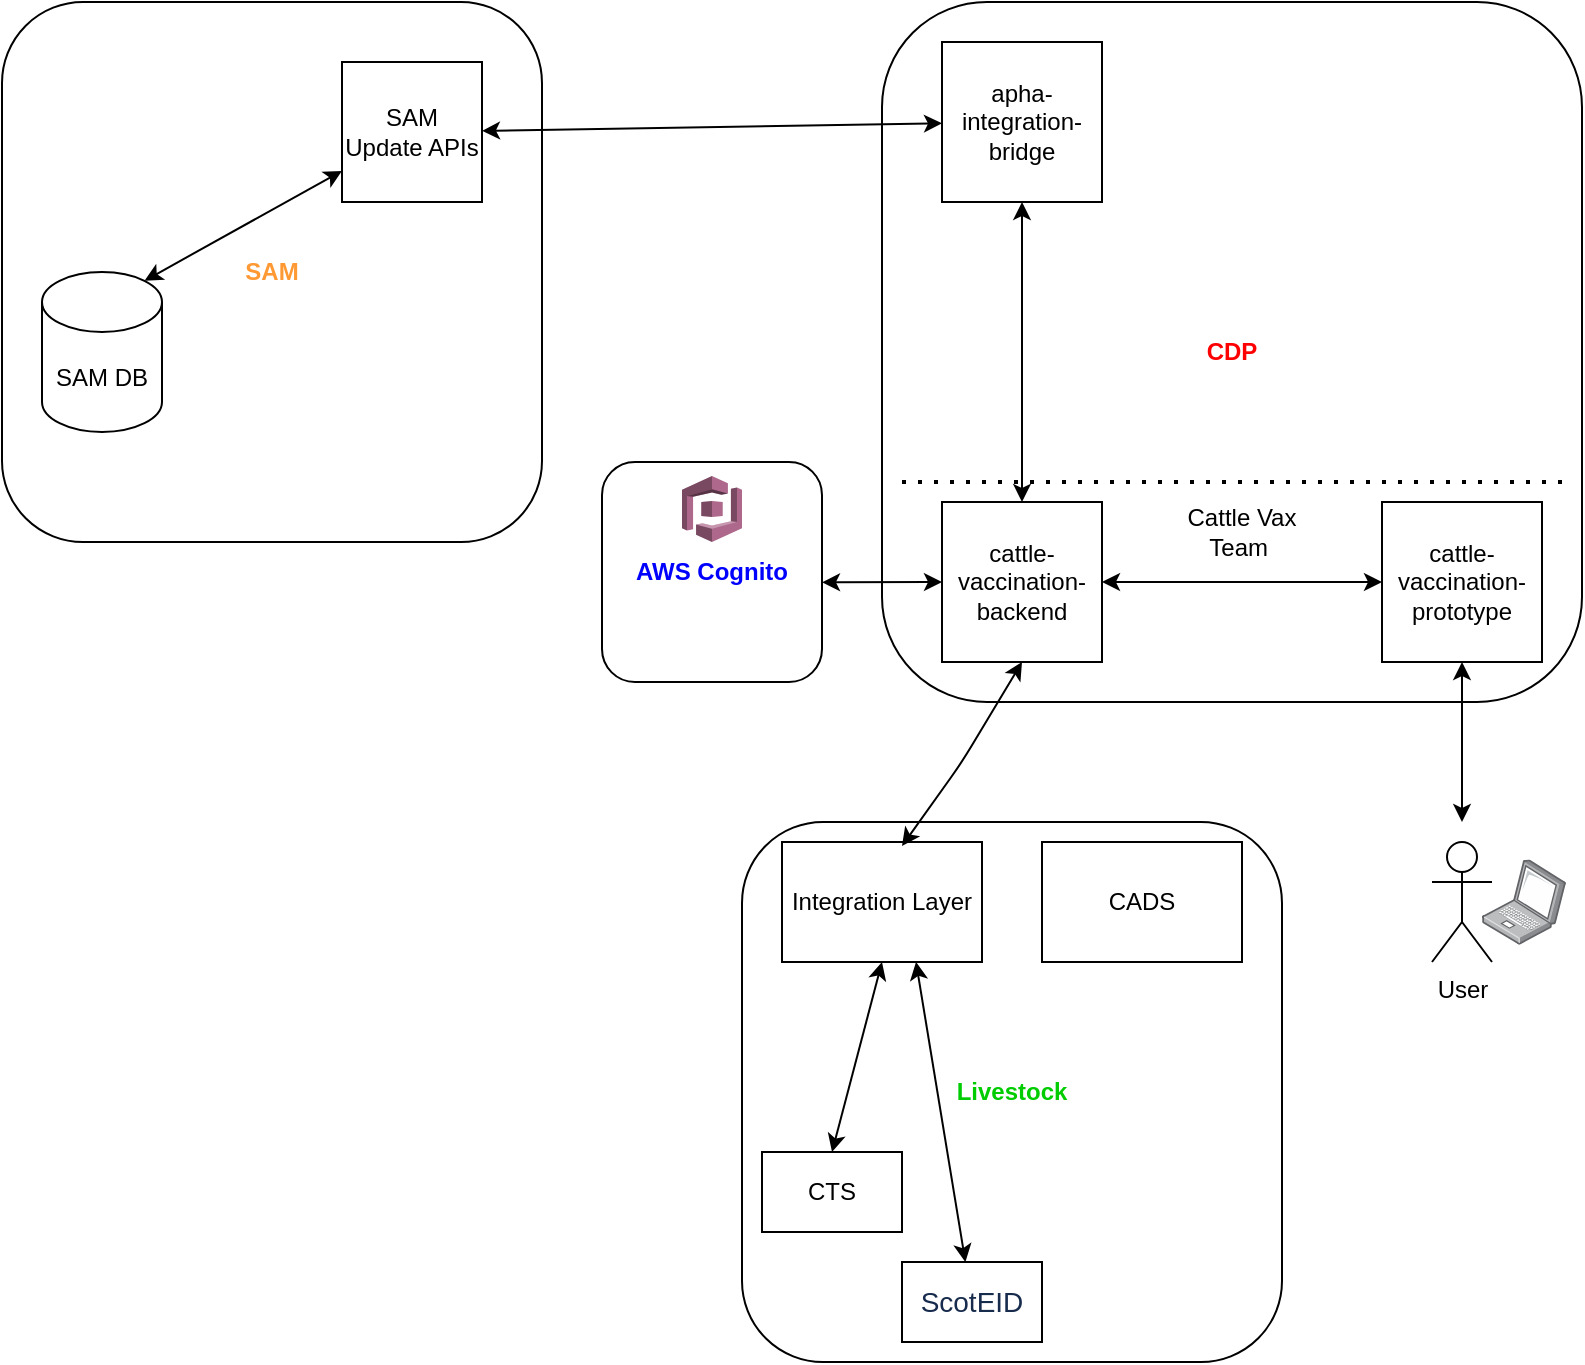
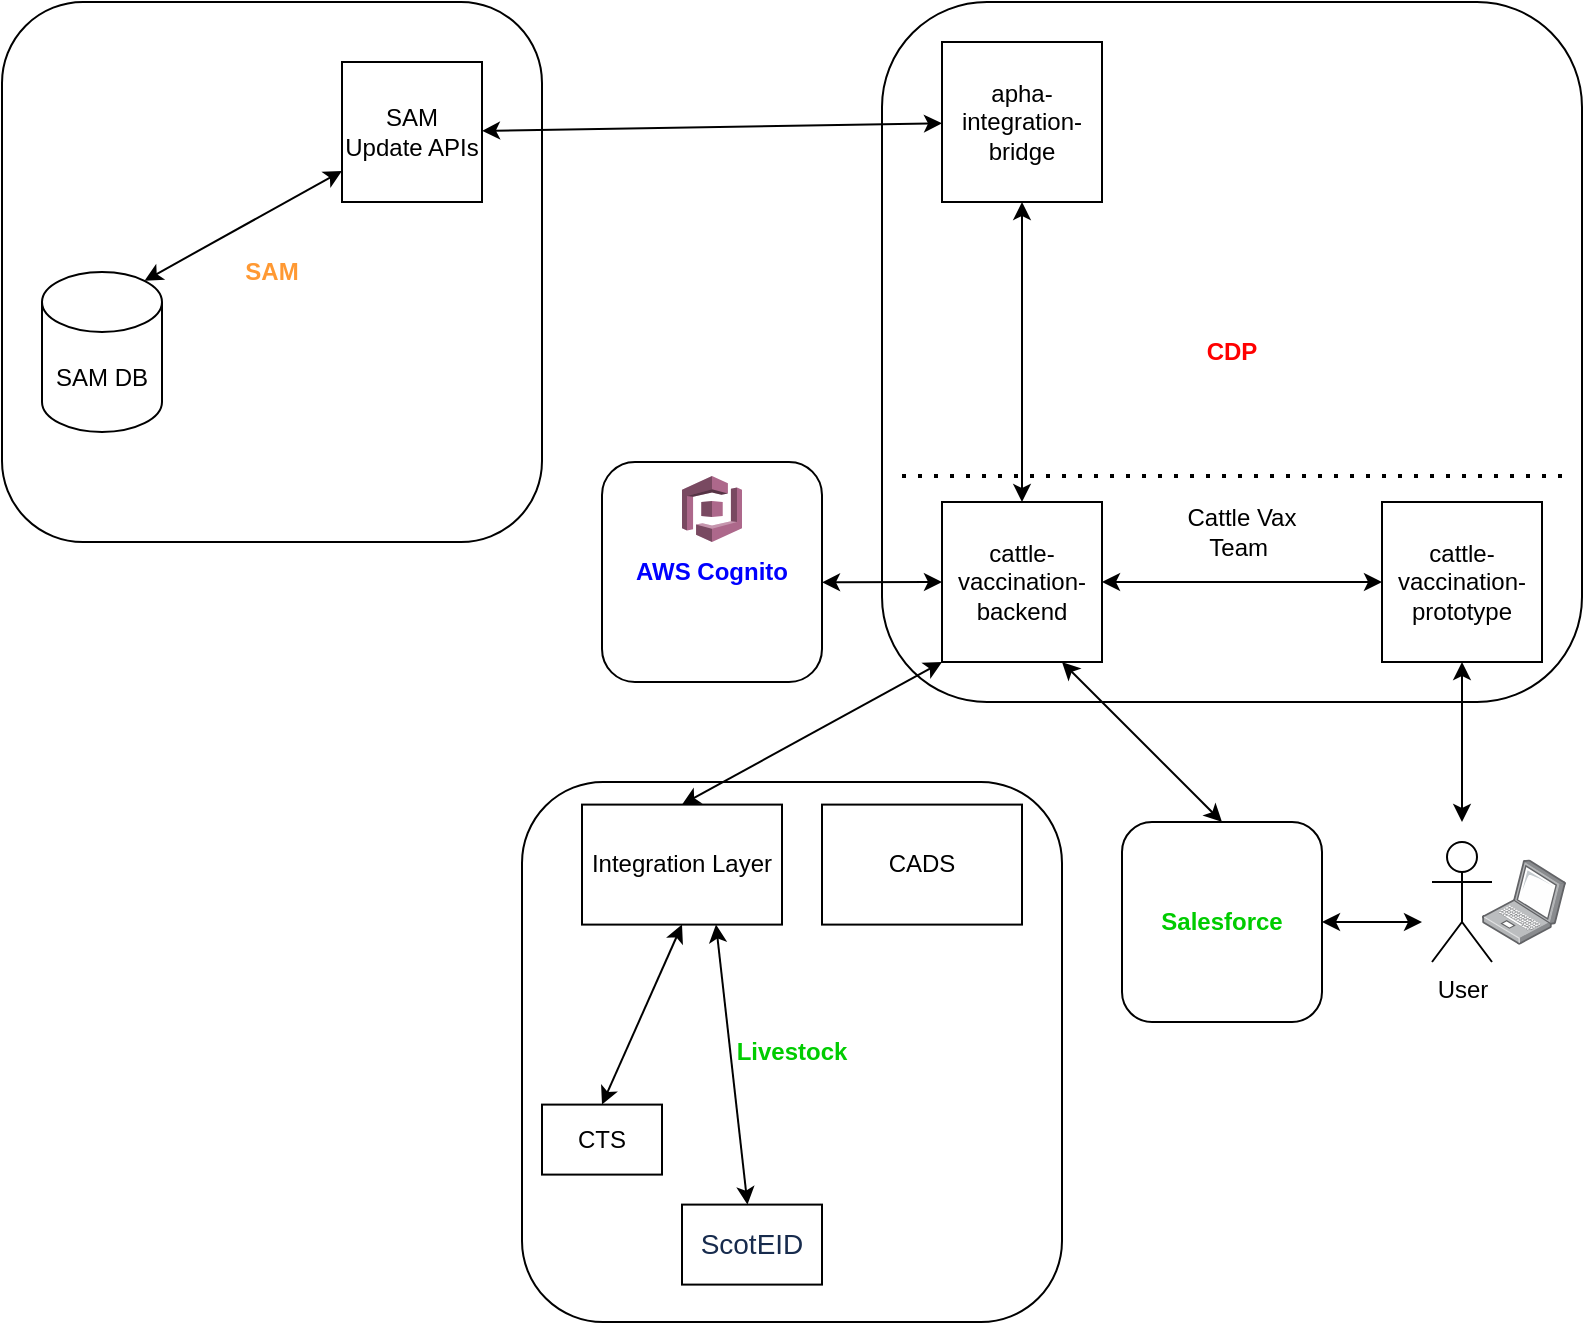
<mxfile host="65bd71144e">
    <diagram id="fZc_FPsgExG_ALeZbge-" name="Page-1">
-         <mxGraphModel dx="1010" dy="470" grid="1" gridSize="10" guides="1" tooltips="1" connect="1" arrows="1" fold="1" page="1" pageScale="1" pageWidth="827" pageHeight="1169" math="0" shadow="0">
+         <mxGraphModel dx="1214" dy="561" grid="1" gridSize="10" guides="1" tooltips="1" connect="1" arrows="1" fold="1" page="1" pageScale="1" pageWidth="827" pageHeight="1169" math="0" shadow="0">
            <root>
                <mxCell id="0"/>
                <mxCell id="1" parent="0"/>
                <mxCell id="3" value="&lt;b&gt;&lt;font style=&quot;color: rgb(255, 0, 0);&quot;&gt;CDP&lt;/font&gt;&lt;/b&gt;" style="whiteSpace=wrap;html=1;aspect=fixed;rounded=1;" parent="1" vertex="1">
                    <mxGeometry x="450" y="10" width="350" height="350" as="geometry"/>
                </mxCell>
                <mxCell id="2" value="cattle-vaccination-backend" style="whiteSpace=wrap;html=1;aspect=fixed;" parent="1" vertex="1">
                    <mxGeometry x="480" y="260" width="80" height="80" as="geometry"/>
                </mxCell>
                <mxCell id="4" value="apha-integration-bridge" style="whiteSpace=wrap;html=1;aspect=fixed;" parent="1" vertex="1">
                    <mxGeometry x="480" y="30" width="80" height="80" as="geometry"/>
                </mxCell>
                <mxCell id="7" value="&lt;b&gt;&lt;font style=&quot;color: rgb(0, 0, 255);&quot;&gt;AWS Cognito&lt;/font&gt;&lt;/b&gt;" style="whiteSpace=wrap;html=1;aspect=fixed;rounded=1;" parent="1" vertex="1">
                    <mxGeometry x="310" y="240" width="110" height="110" as="geometry"/>
                </mxCell>
                <mxCell id="5" value="" style="endArrow=classic;startArrow=classic;html=1;exitX=0.5;exitY=1;exitDx=0;exitDy=0;entryX=0.5;entryY=0;entryDx=0;entryDy=0;" parent="1" source="4" target="2" edge="1">
                    <mxGeometry width="50" height="50" relative="1" as="geometry">
                        <mxPoint x="85" y="340" as="sourcePoint"/>
                        <mxPoint x="135" y="290" as="targetPoint"/>
                        <Array as="points"/>
                    </mxGeometry>
                </mxCell>
                <mxCell id="9" value="" style="endArrow=classic;startArrow=classic;html=1;entryX=0;entryY=0.5;entryDx=0;entryDy=0;exitX=1;exitY=0.547;exitDx=0;exitDy=0;exitPerimeter=0;" parent="1" source="7" target="2" edge="1">
                    <mxGeometry width="50" height="50" relative="1" as="geometry">
                        <mxPoint x="180" y="430" as="sourcePoint"/>
                        <mxPoint x="400" y="370" as="targetPoint"/>
                        <Array as="points"/>
                    </mxGeometry>
                </mxCell>
                <mxCell id="11" value="cattle-vaccination-prototype" style="whiteSpace=wrap;html=1;aspect=fixed;" parent="1" vertex="1">
                    <mxGeometry x="700" y="260" width="80" height="80" as="geometry"/>
                </mxCell>
-                 <mxCell id="13" value="&lt;b&gt;&lt;font style=&quot;color: rgb(0, 204, 0);&quot;&gt;Livestock&lt;/font&gt;&lt;/b&gt;" style="whiteSpace=wrap;html=1;aspect=fixed;rounded=1;" vertex="1" parent="1">
-                     <mxGeometry x="380" y="420" width="270" height="270" as="geometry"/>
+                 <mxCell id="13" value="&lt;b&gt;&lt;font style=&quot;color: rgb(0, 204, 0);&quot;&gt;Livestock&lt;/font&gt;&lt;/b&gt;" style="whiteSpace=wrap;html=1;aspect=fixed;rounded=1;" parent="1" vertex="1">
+                     <mxGeometry x="270" y="400" width="270" height="270" as="geometry"/>
                </mxCell>
-                 <mxCell id="16" value="&lt;b&gt;&lt;font style=&quot;color: rgb(255, 153, 51);&quot;&gt;SAM&lt;/font&gt;&lt;/b&gt;" style="whiteSpace=wrap;html=1;aspect=fixed;rounded=1;" vertex="1" parent="1">
+                 <mxCell id="16" value="&lt;b&gt;&lt;font style=&quot;color: rgb(255, 153, 51);&quot;&gt;SAM&lt;/font&gt;&lt;/b&gt;" style="whiteSpace=wrap;html=1;aspect=fixed;rounded=1;" parent="1" vertex="1">
                    <mxGeometry x="10" y="10" width="270" height="270" as="geometry"/>
                </mxCell>
-                 <mxCell id="17" value="" style="endArrow=classic;startArrow=classic;html=1;" edge="1" parent="1" source="19" target="4">
+                 <mxCell id="17" value="" style="endArrow=classic;startArrow=classic;html=1;" parent="1" source="19" target="4" edge="1">
                    <mxGeometry width="50" height="50" relative="1" as="geometry">
                        <mxPoint x="270" y="120" as="sourcePoint"/>
                        <mxPoint x="400" y="370" as="targetPoint"/>
                        <Array as="points"/>
                    </mxGeometry>
                </mxCell>
-                 <mxCell id="19" value="SAM Update APIs" style="whiteSpace=wrap;html=1;aspect=fixed;" vertex="1" parent="1">
+                 <mxCell id="19" value="SAM Update APIs" style="whiteSpace=wrap;html=1;aspect=fixed;" parent="1" vertex="1">
                    <mxGeometry x="180" y="40" width="70" height="70" as="geometry"/>
                </mxCell>
-                 <mxCell id="20" value="Integration Layer" style="rounded=0;whiteSpace=wrap;html=1;" vertex="1" parent="1">
-                     <mxGeometry x="400" y="430" width="100" height="60" as="geometry"/>
+                 <mxCell id="20" value="Integration Layer" style="rounded=0;whiteSpace=wrap;html=1;" parent="1" vertex="1">
+                     <mxGeometry x="300" y="411.3" width="100" height="60" as="geometry"/>
                </mxCell>
-                 <mxCell id="21" value="CADS" style="rounded=0;whiteSpace=wrap;html=1;" vertex="1" parent="1">
-                     <mxGeometry x="530" y="430" width="100" height="60" as="geometry"/>
+                 <mxCell id="21" value="CADS" style="rounded=0;whiteSpace=wrap;html=1;" parent="1" vertex="1">
+                     <mxGeometry x="420" y="411.3" width="100" height="60" as="geometry"/>
                </mxCell>
-                 <mxCell id="23" value="" style="endArrow=classic;startArrow=classic;html=1;exitX=0.5;exitY=1;exitDx=0;exitDy=0;entryX=0.6;entryY=0.033;entryDx=0;entryDy=0;entryPerimeter=0;" edge="1" parent="1" source="2" target="20">
+                 <mxCell id="24" value="" style="endArrow=none;dashed=1;html=1;dashPattern=1 3;strokeWidth=2;" parent="1" edge="1">
                    <mxGeometry width="50" height="50" relative="1" as="geometry">
-                         <mxPoint x="440" y="409.5" as="sourcePoint"/>
-                         <mxPoint x="510" y="410" as="targetPoint"/>
+                         <mxPoint x="460" y="247" as="sourcePoint"/>
+                         <mxPoint x="790" y="247" as="targetPoint"/>
                        <Array as="points">
-                             <mxPoint x="490" y="390"/>
+                             <mxPoint x="540" y="247"/>
                        </Array>
                    </mxGeometry>
                </mxCell>
-                 <mxCell id="24" value="" style="endArrow=none;dashed=1;html=1;dashPattern=1 3;strokeWidth=2;" edge="1" parent="1">
+                 <mxCell id="25" value="" style="endArrow=classic;startArrow=classic;html=1;exitX=1;exitY=0.5;exitDx=0;exitDy=0;" parent="1" source="2" target="11" edge="1">
                    <mxGeometry width="50" height="50" relative="1" as="geometry">
-                         <mxPoint x="460" y="250" as="sourcePoint"/>
-                         <mxPoint x="790" y="250" as="targetPoint"/>
+                         <mxPoint x="660" y="290" as="sourcePoint"/>
+                         <mxPoint x="660" y="382" as="targetPoint"/>
                        <Array as="points">
-                             <mxPoint x="540" y="250"/>
+                             <mxPoint x="630" y="300"/>
                        </Array>
                    </mxGeometry>
                </mxCell>
-                 <mxCell id="25" value="" style="endArrow=classic;startArrow=classic;html=1;exitX=1;exitY=0.5;exitDx=0;exitDy=0;" edge="1" parent="1" source="2" target="11">
-                     <mxGeometry width="50" height="50" relative="1" as="geometry">
-                         <mxPoint x="660" y="290" as="sourcePoint"/>
-                         <mxPoint x="660" y="382" as="targetPoint"/>
-                         <Array as="points"/>
-                     </mxGeometry>
-                 </mxCell>
-                 <mxCell id="26" value="Cattle Vax Team&amp;nbsp;" style="text;html=1;align=center;verticalAlign=middle;whiteSpace=wrap;rounded=0;" vertex="1" parent="1">
+                 <mxCell id="26" value="Cattle Vax Team&amp;nbsp;" style="text;html=1;align=center;verticalAlign=middle;whiteSpace=wrap;rounded=0;" parent="1" vertex="1">
                    <mxGeometry x="600" y="260" width="60" height="30" as="geometry"/>
                </mxCell>
-                 <mxCell id="27" value="User" style="shape=umlActor;verticalLabelPosition=bottom;verticalAlign=top;html=1;outlineConnect=0;" vertex="1" parent="1">
+                 <mxCell id="27" value="User" style="shape=umlActor;verticalLabelPosition=bottom;verticalAlign=top;html=1;outlineConnect=0;" parent="1" vertex="1">
                    <mxGeometry x="725" y="430" width="30" height="60" as="geometry"/>
                </mxCell>
-                 <mxCell id="29" value="" style="endArrow=classic;startArrow=classic;html=1;exitX=0.5;exitY=1;exitDx=0;exitDy=0;" edge="1" parent="1" source="11">
+                 <mxCell id="29" value="" style="endArrow=classic;startArrow=classic;html=1;exitX=0.5;exitY=1;exitDx=0;exitDy=0;" parent="1" source="11" edge="1">
                    <mxGeometry width="50" height="50" relative="1" as="geometry">
                        <mxPoint x="710" y="350" as="sourcePoint"/>
                        <mxPoint x="740" y="420" as="targetPoint"/>
-                         <Array as="points"/>
+                         <Array as="points">
+                             <mxPoint x="740" y="390"/>
+                         </Array>
                    </mxGeometry>
                </mxCell>
-                 <mxCell id="31" value="" style="image;points=[];aspect=fixed;html=1;align=center;shadow=0;dashed=0;image=img/lib/allied_telesis/computer_and_terminals/Laptop.svg;" vertex="1" parent="1">
+                 <mxCell id="31" value="" style="image;points=[];aspect=fixed;html=1;align=center;shadow=0;dashed=0;image=img/lib/allied_telesis/computer_and_terminals/Laptop.svg;" parent="1" vertex="1">
                    <mxGeometry x="750" y="438.7" width="42" height="42.599999999999994" as="geometry"/>
                </mxCell>
-                 <mxCell id="32" value="SAM DB" style="shape=cylinder3;whiteSpace=wrap;html=1;boundedLbl=1;backgroundOutline=1;size=15;" vertex="1" parent="1">
+                 <mxCell id="32" value="SAM DB" style="shape=cylinder3;whiteSpace=wrap;html=1;boundedLbl=1;backgroundOutline=1;size=15;" parent="1" vertex="1">
                    <mxGeometry x="30" y="145" width="60" height="80" as="geometry"/>
                </mxCell>
-                 <mxCell id="33" value="" style="endArrow=classic;startArrow=classic;html=1;exitX=0.855;exitY=0;exitDx=0;exitDy=4.35;exitPerimeter=0;" edge="1" parent="1" source="32" target="19">
+                 <mxCell id="33" value="" style="endArrow=classic;startArrow=classic;html=1;exitX=0.855;exitY=0;exitDx=0;exitDy=4.35;exitPerimeter=0;" parent="1" source="32" target="19" edge="1">
                    <mxGeometry width="50" height="50" relative="1" as="geometry">
                        <mxPoint x="80" y="103" as="sourcePoint"/>
                        <mxPoint x="310" y="100" as="targetPoint"/>
                        <Array as="points"/>
                    </mxGeometry>
                </mxCell>
-                 <mxCell id="35" value="CTS" style="rounded=0;whiteSpace=wrap;html=1;" vertex="1" parent="1">
-                     <mxGeometry x="390" y="585" width="70" height="40" as="geometry"/>
+                 <mxCell id="35" value="CTS" style="rounded=0;whiteSpace=wrap;html=1;" parent="1" vertex="1">
+                     <mxGeometry x="280" y="561.3" width="60" height="35" as="geometry"/>
                </mxCell>
-                 <mxCell id="36" value="&lt;span style=&quot;color: rgb(23, 43, 77); font-family: sans-serif; font-size: 14px; text-align: left; text-wrap-mode: nowrap; background-color: rgb(255, 255, 255);&quot;&gt;ScotEID&lt;/span&gt;" style="rounded=0;whiteSpace=wrap;html=1;" vertex="1" parent="1">
-                     <mxGeometry x="460" y="640" width="70" height="40" as="geometry"/>
+                 <mxCell id="36" value="&lt;span style=&quot;color: rgb(23, 43, 77); font-family: sans-serif; font-size: 14px; text-align: left; text-wrap-mode: nowrap; background-color: rgb(255, 255, 255);&quot;&gt;ScotEID&lt;/span&gt;" style="rounded=0;whiteSpace=wrap;html=1;" parent="1" vertex="1">
+                     <mxGeometry x="350" y="611.3" width="70" height="40" as="geometry"/>
                </mxCell>
-                 <mxCell id="37" value="" style="outlineConnect=0;dashed=0;verticalLabelPosition=bottom;verticalAlign=top;align=center;html=1;shape=mxgraph.aws3.cognito;fillColor=#AD688B;gradientColor=none;" vertex="1" parent="1">
+                 <mxCell id="37" value="" style="outlineConnect=0;dashed=0;verticalLabelPosition=bottom;verticalAlign=top;align=center;html=1;shape=mxgraph.aws3.cognito;fillColor=#AD688B;gradientColor=none;" parent="1" vertex="1">
                    <mxGeometry x="350" y="247" width="30" height="33" as="geometry"/>
                </mxCell>
-                 <mxCell id="38" value="" style="endArrow=classic;startArrow=classic;html=1;exitX=0.5;exitY=0;exitDx=0;exitDy=0;entryX=0.5;entryY=1;entryDx=0;entryDy=0;" edge="1" parent="1" source="35" target="20">
+                 <mxCell id="38" value="" style="endArrow=classic;startArrow=classic;html=1;exitX=0.5;exitY=0;exitDx=0;exitDy=0;entryX=0.5;entryY=1;entryDx=0;entryDy=0;" parent="1" source="35" target="20" edge="1">
                    <mxGeometry width="50" height="50" relative="1" as="geometry">
-                         <mxPoint x="530" y="350" as="sourcePoint"/>
-                         <mxPoint x="470" y="442" as="targetPoint"/>
+                         <mxPoint x="420" y="321.3" as="sourcePoint"/>
+                         <mxPoint x="360" y="413.3" as="targetPoint"/>
                        <Array as="points"/>
                    </mxGeometry>
                </mxCell>
-                 <mxCell id="39" value="" style="endArrow=classic;startArrow=classic;html=1;entryX=0.67;entryY=1;entryDx=0;entryDy=0;entryPerimeter=0;" edge="1" parent="1" source="36" target="20">
+                 <mxCell id="39" value="" style="endArrow=classic;startArrow=classic;html=1;entryX=0.67;entryY=1;entryDx=0;entryDy=0;entryPerimeter=0;" parent="1" source="36" target="20" edge="1">
                    <mxGeometry width="50" height="50" relative="1" as="geometry">
-                         <mxPoint x="435" y="595" as="sourcePoint"/>
-                         <mxPoint x="460" y="500" as="targetPoint"/>
+                         <mxPoint x="325" y="566.3" as="sourcePoint"/>
+                         <mxPoint x="350" y="471.3" as="targetPoint"/>
+                         <Array as="points"/>
+                     </mxGeometry>
+                 </mxCell>
+                 <mxCell id="40" value="&lt;b&gt;&lt;font style=&quot;color: rgb(0, 204, 0);&quot;&gt;Salesforce&lt;/font&gt;&lt;/b&gt;" style="whiteSpace=wrap;html=1;aspect=fixed;rounded=1;" vertex="1" parent="1">
+                     <mxGeometry x="570" y="420" width="100" height="100" as="geometry"/>
+                 </mxCell>
+                 <mxCell id="48" value="" style="endArrow=classic;startArrow=classic;html=1;exitX=0.75;exitY=1;exitDx=0;exitDy=0;entryX=0.5;entryY=0;entryDx=0;entryDy=0;" edge="1" parent="1" source="2" target="40">
+                     <mxGeometry width="50" height="50" relative="1" as="geometry">
+                         <mxPoint x="520" y="380" as="sourcePoint"/>
+                         <mxPoint x="660" y="380" as="targetPoint"/>
+                         <Array as="points"/>
+                     </mxGeometry>
+                 </mxCell>
+                 <mxCell id="49" value="" style="endArrow=classic;startArrow=classic;html=1;exitX=0;exitY=1;exitDx=0;exitDy=0;entryX=0.5;entryY=0;entryDx=0;entryDy=0;" edge="1" parent="1" source="2" target="20">
+                     <mxGeometry width="50" height="50" relative="1" as="geometry">
+                         <mxPoint x="500" y="340" as="sourcePoint"/>
+                         <mxPoint x="610" y="439" as="targetPoint"/>
+                         <Array as="points"/>
+                     </mxGeometry>
+                 </mxCell>
+                 <mxCell id="50" value="" style="endArrow=classic;startArrow=classic;html=1;exitX=1;exitY=0.5;exitDx=0;exitDy=0;" edge="1" parent="1" source="40">
+                     <mxGeometry width="50" height="50" relative="1" as="geometry">
+                         <mxPoint x="700" y="481.3" as="sourcePoint"/>
+                         <mxPoint x="720" y="470" as="targetPoint"/>
                        <Array as="points"/>
                    </mxGeometry>
                </mxCell>
            </root>
        </mxGraphModel>
    </diagram>
</mxfile>